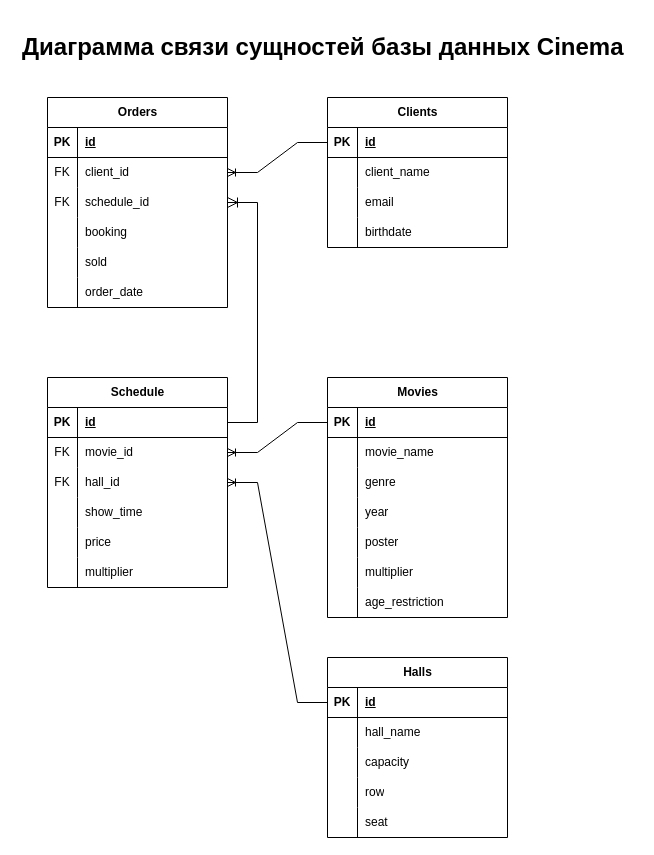
Above: Diagram.drawio in AndreyMospanov/Cinema_database (draw.io), before the change. Source tidied: cells renumbered, new cells numbered last; positions are measured from the earlier drawing's top-left corner, leaving out a move shared by most shapes. Both pictures are drawn from the tidied source at 100%, with x=0, y=0 at pixel (17, 27).
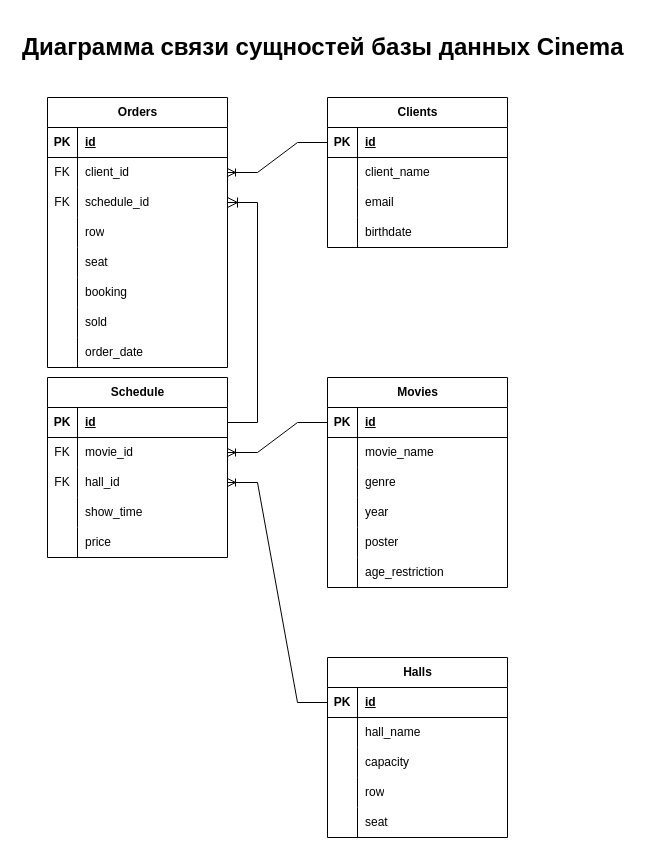
After the change.

The change refers to these unchanged cells:
```xml
<mxCell id="12" style="shape=tableRow;horizontal=0;startSize=0;swimlaneHead=0;swimlaneBody=0;fillColor=none;top=0;left=0;right=0;bottom=0;" parent="2" vertex="1">
  <mxGeometry y="120" width="180" height="30" as="geometry" />
</mxCell>
<mxCell id="15" style="shape=tableRow;horizontal=0;startSize=0;swimlaneHead=0;swimlaneBody=0;fillColor=none;top=0;left=0;right=0;bottom=0;" parent="2" vertex="1">
  <mxGeometry y="150" width="180" height="30" as="geometry" />
</mxCell>
<mxCell id="18" style="shape=tableRow;horizontal=0;startSize=0;swimlaneHead=0;swimlaneBody=0;fillColor=none;top=0;left=0;right=0;bottom=0;" parent="2" vertex="1">
  <mxGeometry y="180" width="180" height="30" as="geometry" />
</mxCell>
```

What changed in the source:
```diff
@@
     <mxCell id="2" value="Orders&lt;br&gt;" style="shape=table;startSize=30;childLayout=tableLayout;rowLines=0;fontStyle=1;align=center;html=1;" parent="1" vertex="1">
-      <mxGeometry x="30" y="70" width="180" height="210" as="geometry" />
+      <mxGeometry x="30" y="70" width="180" height="270" as="geometry" />
     </mxCell>
@@
-    <mxCell id="14" value="booking" style="shape=partialRectangle;fillColor=none;top=0;left=0;bottom=0;right=0;align=left;spacingLeft=6;overflow=hidden;whiteSpace=wrap;html=1;" parent="12" vertex="1">
+    <mxCell id="14" value="row" style="shape=partialRectangle;fillColor=none;top=0;left=0;bottom=0;right=0;align=left;spacingLeft=6;overflow=hidden;whiteSpace=wrap;html=1;" parent="12" vertex="1">
       <mxGeometry x="30" width="150" height="30" as="geometry" />
     </mxCell>
@@
-    <mxCell id="17" value="sold" style="shape=partialRectangle;fillColor=none;top=0;left=0;bottom=0;right=0;align=left;spacingLeft=6;overflow=hidden;whiteSpace=wrap;html=1;" parent="15" vertex="1">
+    <mxCell id="17" value="seat" style="shape=partialRectangle;fillColor=none;top=0;left=0;bottom=0;right=0;align=left;spacingLeft=6;overflow=hidden;whiteSpace=wrap;html=1;" parent="15" vertex="1">
       <mxGeometry x="30" width="150" height="30" as="geometry" />
     </mxCell>
@@
-    <mxCell id="20" value="order_date" style="shape=partialRectangle;fillColor=none;top=0;left=0;bottom=0;right=0;align=left;spacingLeft=6;overflow=hidden;whiteSpace=wrap;html=1;" parent="18" vertex="1">
+    <mxCell id="20" value="booking" style="shape=partialRectangle;fillColor=none;top=0;left=0;bottom=0;right=0;align=left;spacingLeft=6;overflow=hidden;whiteSpace=wrap;html=1;" parent="18" vertex="1">
       <mxGeometry x="30" width="150" height="30" as="geometry" />
     </mxCell>
+    <mxCell id="96" style="shape=tableRow;horizontal=0;startSize=0;swimlaneHead=0;swimlaneBody=0;fillColor=none;top=0;left=0;right=0;bottom=0;" parent="2" vertex="1">
+      <mxGeometry y="210" width="180" height="30" as="geometry" />
+    </mxCell>
+    <mxCell id="97" style="shape=partialRectangle;fillColor=none;top=0;left=0;bottom=0;right=0;overflow=hidden;whiteSpace=wrap;html=1;" parent="96" vertex="1">
+      <mxGeometry width="30" height="30" as="geometry" />
+    </mxCell>
+    <mxCell id="98" value="sold" style="shape=partialRectangle;fillColor=none;top=0;left=0;bottom=0;right=0;align=left;spacingLeft=6;overflow=hidden;whiteSpace=wrap;html=1;" parent="96" vertex="1">
+      <mxGeometry x="30" width="150" height="30" as="geometry" />
+    </mxCell>
+    <mxCell id="99" style="shape=tableRow;horizontal=0;startSize=0;swimlaneHead=0;swimlaneBody=0;fillColor=none;top=0;left=0;right=0;bottom=0;" parent="2" vertex="1">
+      <mxGeometry y="240" width="180" height="30" as="geometry" />
+    </mxCell>
+    <mxCell id="100" style="shape=partialRectangle;fillColor=none;top=0;left=0;bottom=0;right=0;overflow=hidden;whiteSpace=wrap;html=1;" parent="99" vertex="1">
+      <mxGeometry width="30" height="30" as="geometry" />
+    </mxCell>
+    <mxCell id="101" value="order_date&lt;br&gt;" style="shape=partialRectangle;fillColor=none;top=0;left=0;bottom=0;right=0;align=left;spacingLeft=6;overflow=hidden;whiteSpace=wrap;html=1;" parent="99" vertex="1">
+      <mxGeometry x="30" width="150" height="30" as="geometry" />
+    </mxCell>
     <mxCell id="21" value="Schedule" style="shape=table;startSize=30;childLayout=tableLayout;rowLines=0;fontStyle=1;align=center;html=1;" parent="1" vertex="1">
-      <mxGeometry x="30" y="350" width="180" height="210" as="geometry" />
+      <mxGeometry x="30" y="350" width="180" height="180" as="geometry" />
     </mxCell>
@@
-    <mxCell id="37" style="shape=tableRow;horizontal=0;startSize=0;swimlaneHead=0;swimlaneBody=0;fillColor=none;top=0;left=0;right=0;bottom=0;" parent="21" vertex="1">
-      <mxGeometry y="180" width="180" height="30" as="geometry" />
-    </mxCell>
-    <mxCell id="38" style="shape=partialRectangle;fillColor=none;top=0;left=0;bottom=0;right=0;overflow=hidden;whiteSpace=wrap;html=1;" parent="37" vertex="1">
-      <mxGeometry width="30" height="30" as="geometry" />
-    </mxCell>
-    <mxCell id="39" value="multiplier" style="shape=partialRectangle;fillColor=none;top=0;left=0;bottom=0;right=0;align=left;spacingLeft=6;overflow=hidden;whiteSpace=wrap;html=1;" parent="37" vertex="1">
-      <mxGeometry x="30" width="150" height="30" as="geometry" />
-    </mxCell>
@@
     <mxCell id="58" value="Movies" style="shape=table;startSize=30;childLayout=tableLayout;rowLines=0;fontStyle=1;align=center;html=1;" parent="1" vertex="1">
-      <mxGeometry x="310" y="350" width="180" height="240" as="geometry" />
+      <mxGeometry x="310" y="350" width="180" height="210" as="geometry" />
     </mxCell>
@@
-    <mxCell id="74" style="shape=tableRow;horizontal=0;startSize=0;swimlaneHead=0;swimlaneBody=0;fillColor=none;top=0;left=0;right=0;bottom=0;" parent="58" vertex="1">
-      <mxGeometry y="180" width="180" height="30" as="geometry" />
-    </mxCell>
-    <mxCell id="75" style="shape=partialRectangle;fillColor=none;top=0;left=0;bottom=0;right=0;overflow=hidden;whiteSpace=wrap;html=1;" parent="74" vertex="1">
-      <mxGeometry width="30" height="30" as="geometry" />
-    </mxCell>
-    <mxCell id="76" value="multiplier" style="shape=partialRectangle;fillColor=none;top=0;left=0;bottom=0;right=0;align=left;spacingLeft=6;overflow=hidden;whiteSpace=wrap;html=1;" parent="74" vertex="1">
-      <mxGeometry x="30" width="150" height="30" as="geometry" />
-    </mxCell>
     <mxCell id="77" style="shape=tableRow;horizontal=0;startSize=0;swimlaneHead=0;swimlaneBody=0;fillColor=none;top=0;left=0;right=0;bottom=0;" parent="58" vertex="1">
-      <mxGeometry y="210" width="180" height="30" as="geometry" />
+      <mxGeometry y="180" width="180" height="30" as="geometry" />
     </mxCell>
```
